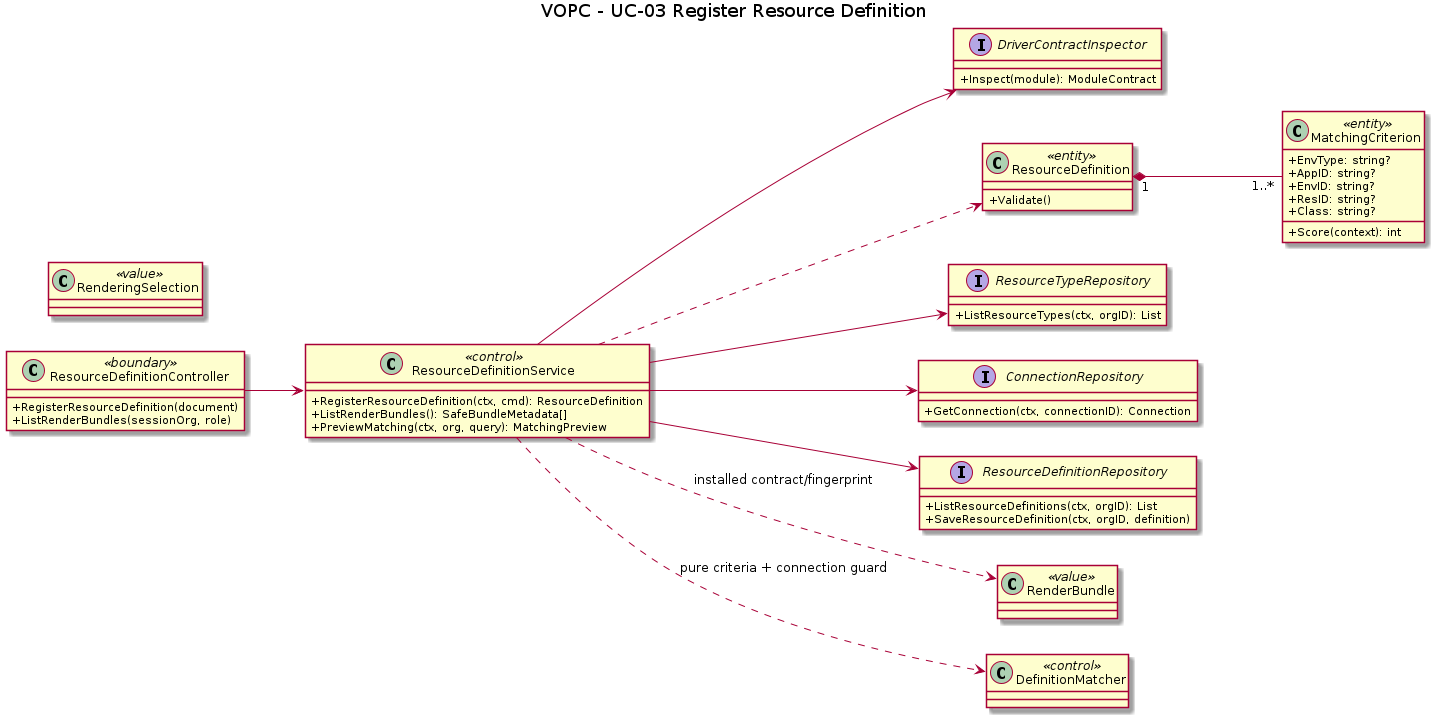
The PlantUML diagram orchestrator_docs/usecase/UC-03/vopc.png in pr3s3nt/poc, before a commit. Its source is kept beside it as orchestrator_docs/usecase/UC-03/vopc.puml.
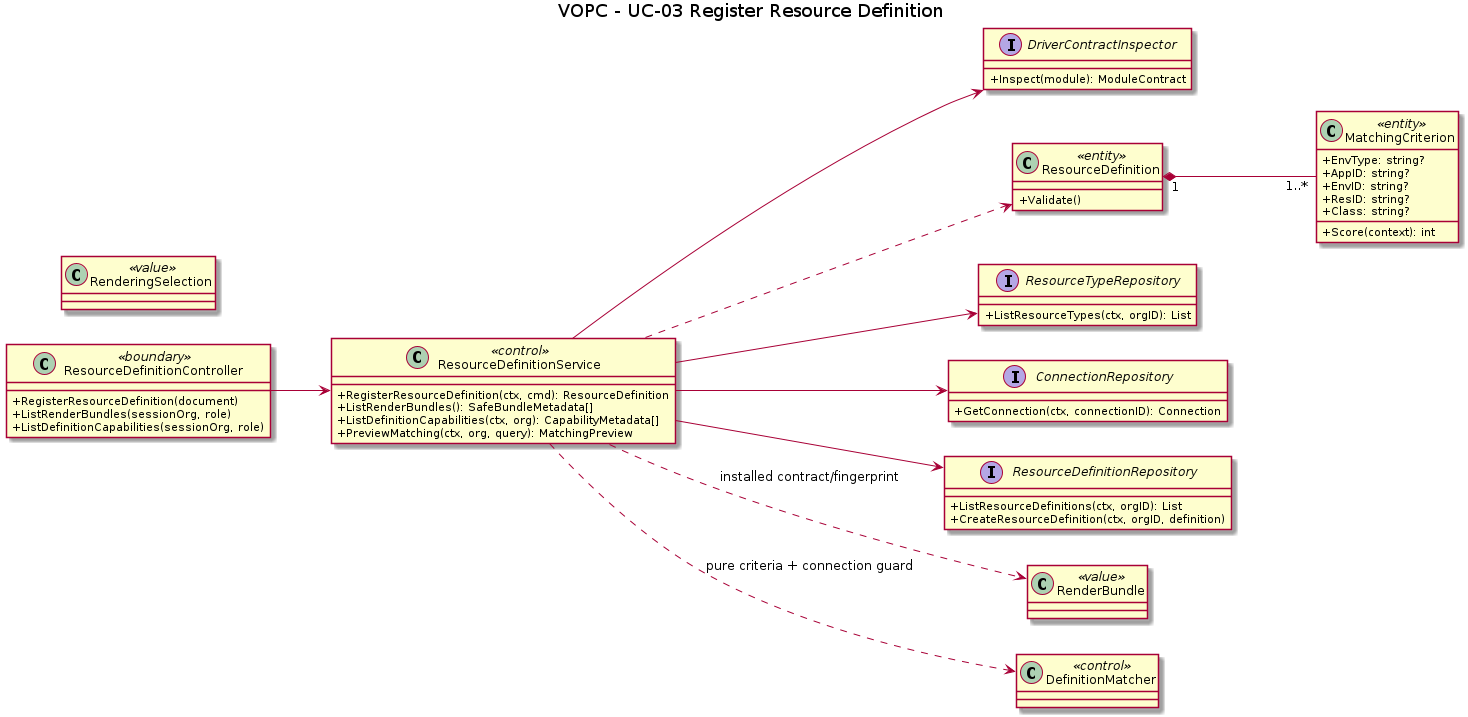
Above is the later version.

What changed in the source:
```diff
@@ -5,11 +5,13 @@
 class ResourceDefinitionController <<boundary>> {
   +RegisterResourceDefinition(document)
   +ListRenderBundles(sessionOrg, role)
+  +ListDefinitionCapabilities(sessionOrg, role)
 }
 class ResourceDefinitionService <<control>> {
   +RegisterResourceDefinition(ctx, cmd): ResourceDefinition
   +ListRenderBundles(): SafeBundleMetadata[]
-    +PreviewMatching(ctx, org, query): MatchingPreview
+  +ListDefinitionCapabilities(ctx, org): CapabilityMetadata[]
+  +PreviewMatching(ctx, org, query): MatchingPreview
 }
 interface DriverContractInspector {
   +Inspect(module): ModuleContract
@@ -33,7 +35,7 @@
 }
 interface ResourceDefinitionRepository {
   +ListResourceDefinitions(ctx, orgID): List
-  +SaveResourceDefinition(ctx, orgID, definition)
+  +CreateResourceDefinition(ctx, orgID, definition)
 }
 ResourceDefinitionController --> ResourceDefinitionService
 ResourceDefinitionService --> DriverContractInspector
```
